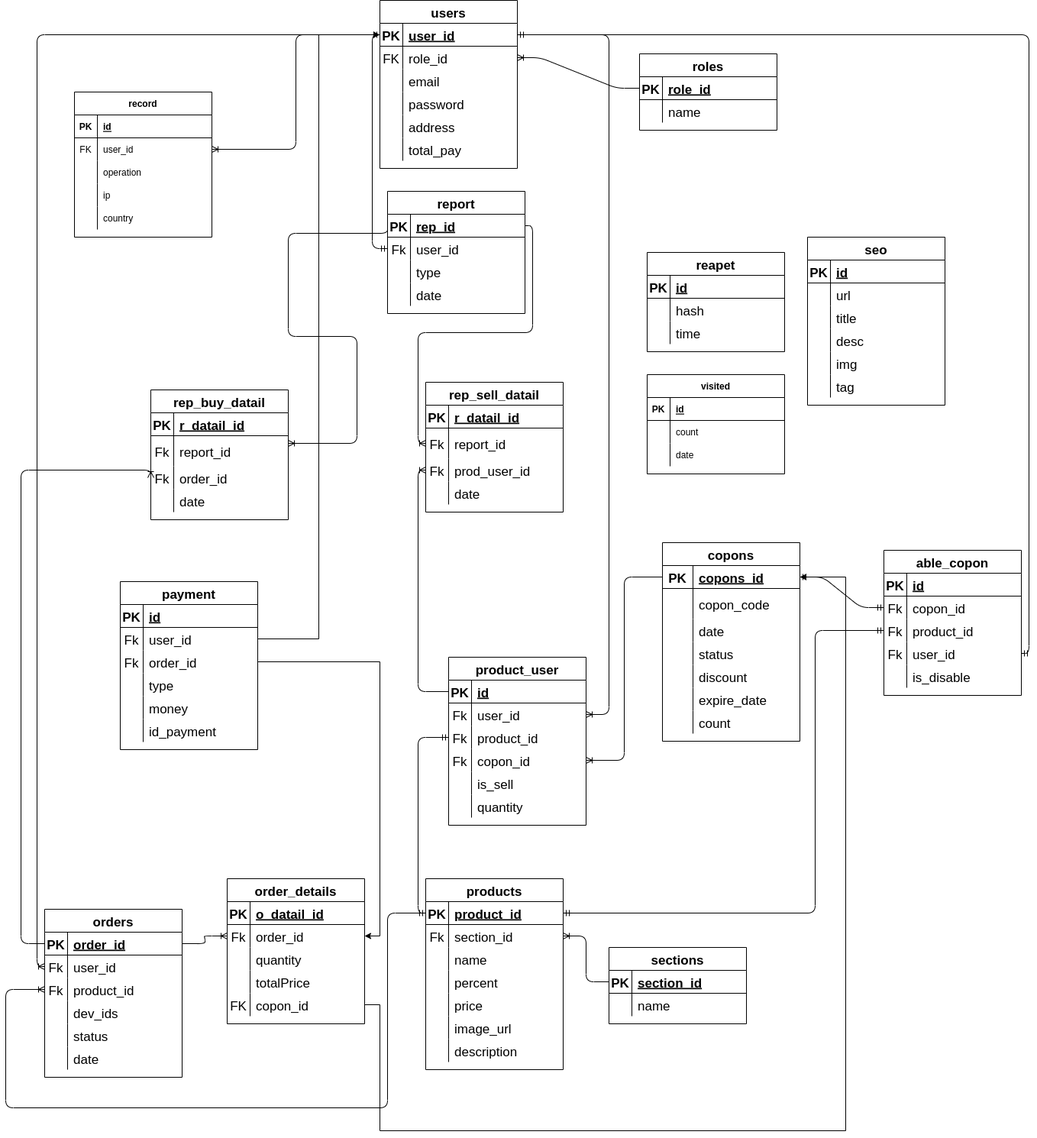
The draw.io diagram ecommerce.png in fadel-hasan/e-commerce, before a commit. Source tidied: cells renumbered, new cells last; positions are measured from the earlier drawing's top-left corner, leaving out a move shared by most shapes.
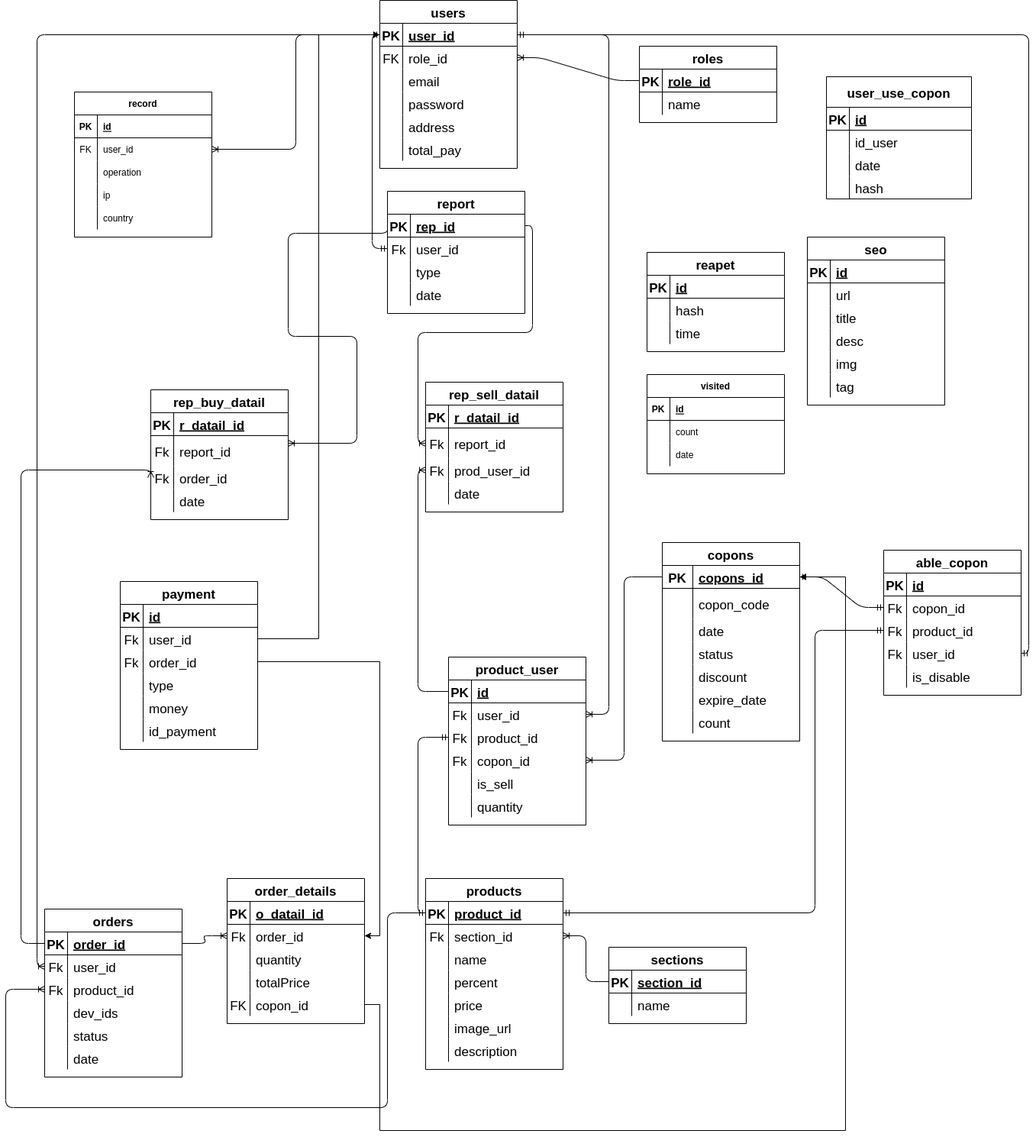
Later version of the same file.

Diff of the diagram source:
```diff
@@ -60,7 +60,7 @@
       <mxGeometry x="30" width="150" height="30" as="geometry" />
     </mxCell>
     <mxCell id="21" value="roles" style="shape=table;startSize=30;rowLines=0;fontStyle=1;align=center;fontSize=17;strokeWidth=1;" parent="1" vertex="1">
-      <mxGeometry x="830" y="70" width="180" height="100" as="geometry" />
+      <mxGeometry x="830" y="60" width="180" height="100" as="geometry" />
     </mxCell>
     <mxCell id="22" style="shape=partialRectangle;fillColor=none;top=0;left=0;bottom=1;right=0;points=[[0,0.5],[1,0.5]];portConstraint=eastwest;fontSize=17;strokeWidth=1;" parent="21" vertex="1">
       <mxGeometry y="30" width="180" height="30" as="geometry" />
@@ -873,5 +873,44 @@
         </Array>
       </mxGeometry>
     </mxCell>
+    <mxCell id="282" value="user_use_copon" style="shape=table;startSize=40;rowLines=0;fontStyle=1;align=center;fontSize=17;strokeWidth=1;" parent="1" vertex="1">
+      <mxGeometry x="1075" y="100" width="190" height="160" as="geometry" />
+    </mxCell>
+    <mxCell id="283" style="shape=partialRectangle;fillColor=none;top=0;left=0;bottom=1;right=0;fontSize=17;strokeWidth=1;" parent="282" vertex="1">
+      <mxGeometry y="40" width="190" height="30" as="geometry" />
+    </mxCell>
+    <mxCell id="284" value="PK" style="shape=partialRectangle;fillColor=none;top=0;left=0;bottom=0;right=0;fontStyle=1;overflow=hidden;fontSize=17;strokeWidth=1;" parent="283" vertex="1">
+      <mxGeometry width="30" height="30" as="geometry" />
+    </mxCell>
+    <mxCell id="285" value="id" style="shape=partialRectangle;fillColor=none;top=0;left=0;bottom=0;right=0;align=left;spacingLeft=6;fontStyle=5;overflow=hidden;fontSize=17;strokeWidth=1;" parent="283" vertex="1">
+      <mxGeometry x="30" width="160" height="30" as="geometry" />
+    </mxCell>
+    <mxCell id="286" style="shape=partialRectangle;fillColor=none;top=0;left=0;bottom=0;right=0;fontSize=17;strokeWidth=1;" parent="282" vertex="1">
+      <mxGeometry y="70" width="190" height="30" as="geometry" />
+    </mxCell>
+    <mxCell id="287" style="shape=partialRectangle;fillColor=none;top=0;left=0;bottom=0;right=0;overflow=hidden;fontSize=17;strokeWidth=1;" parent="286" vertex="1">
+      <mxGeometry width="30" height="30" as="geometry" />
+    </mxCell>
+    <mxCell id="288" value="id_user" style="shape=partialRectangle;fillColor=none;top=0;left=0;bottom=0;right=0;align=left;spacingLeft=6;overflow=hidden;fontSize=17;strokeWidth=1;" parent="286" vertex="1">
+      <mxGeometry x="30" width="160" height="30" as="geometry" />
+    </mxCell>
+    <mxCell id="289" style="shape=partialRectangle;fillColor=none;top=0;left=0;bottom=0;right=0;fontSize=17;strokeWidth=1;" parent="282" vertex="1">
+      <mxGeometry y="100" width="190" height="30" as="geometry" />
+    </mxCell>
+    <mxCell id="290" style="shape=partialRectangle;fillColor=none;top=0;left=0;bottom=0;right=0;overflow=hidden;fontSize=17;strokeWidth=1;" parent="289" vertex="1">
+      <mxGeometry width="30" height="30" as="geometry" />
+    </mxCell>
+    <mxCell id="291" value="date" style="shape=partialRectangle;fillColor=none;top=0;left=0;bottom=0;right=0;align=left;spacingLeft=6;overflow=hidden;fontSize=17;strokeWidth=1;" parent="289" vertex="1">
+      <mxGeometry x="30" width="160" height="30" as="geometry" />
+    </mxCell>
+    <mxCell id="292" style="shape=partialRectangle;fillColor=none;top=0;left=0;bottom=0;right=0;fontSize=17;strokeWidth=1;" parent="282" vertex="1">
+      <mxGeometry y="130" width="190" height="30" as="geometry" />
+    </mxCell>
+    <mxCell id="293" style="shape=partialRectangle;fillColor=none;top=0;left=0;bottom=0;right=0;overflow=hidden;fontSize=17;strokeWidth=1;" parent="292" vertex="1">
+      <mxGeometry width="30" height="30" as="geometry" />
+    </mxCell>
+    <mxCell id="294" value="hash" style="shape=partialRectangle;fillColor=none;top=0;left=0;bottom=0;right=0;align=left;spacingLeft=6;overflow=hidden;fontSize=17;strokeWidth=1;" parent="292" vertex="1">
+      <mxGeometry x="30" width="160" height="30" as="geometry" />
+    </mxCell>
   </root>
 </mxGraphModel>
```
